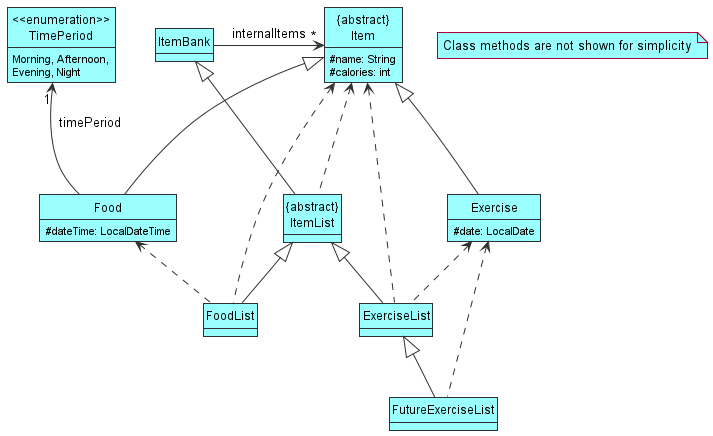
tryyang2001/tp keeps this PlantUML diagram as docs/images/ItemBankAndItemClassDiagram.png. Above is the earlier version.
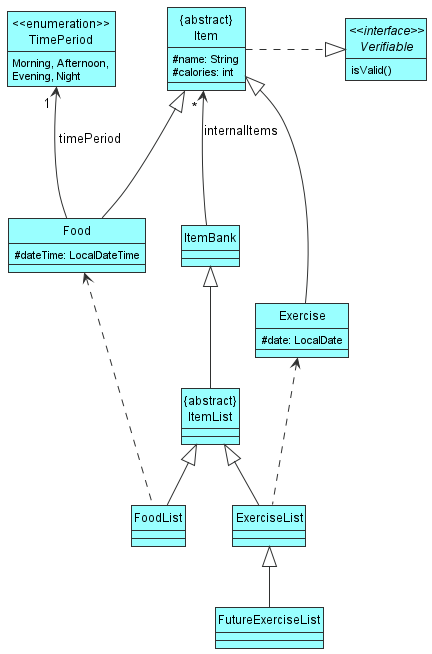
Later version of the same file.

Diff of the diagram source:
```diff
@@ -1,18 +1,18 @@
 @startuml
 !include Style.puml
 hide circle
-hide methods
+skinparam classAttributeIconSize 0
 
 class ItemBank DATA_COLOUR
 class "{abstract}\nItemList" as ItemList DATA_COLOUR
 class FoodList DATA_COLOUR
 class ExerciseList DATA_COLOUR
+
 class FutureExerciseList DATA_COLOUR
+interface "<<interface>>\nVerifiable" As Verifiable DATA_COLOUR {
+isValid()
+}
 
-ItemBank <|-down- ItemList
-ItemList <|-down- FoodList
-ItemList <|-down- ExerciseList
-ExerciseList <|-down- FutureExerciseList
 
 class "{abstract}\nItem" as Item DATA_COLOUR{
 #name: String
@@ -32,15 +32,21 @@
 Evening, Night
 }
 
+hide TimePeriod method
+hide Verifiable field
+
+ItemBank <|-- ItemList
+ItemList <|-- FoodList
+ItemList <|-- ExerciseList
+ExerciseList <|-- FutureExerciseList
+
+Verifiable <|.left. Item : "\t\t"
 Item <|-down- Food
-Item <|-down- Exercise
-Item "*" <-left- ItemBank: internalItems
-TimePeriod "1" <-- Food : timePeriod\n\n
-Item <.. ItemList
-Item <.. FoodList
-Item <.. ExerciseList
+Item <|-- Exercise
+Item "                  *" <-- ItemBank: "internalItems\n\n\n"
+TimePeriod "1 " <-- Food : "timePeriod\n\n"
+
 Food <.. FoodList
 Exercise <.. ExerciseList
-Exercise <.. FutureExerciseList
-note "Class methods are not shown for simplicity" as N1 DATA_COLOUR
+
 @enduml
```
